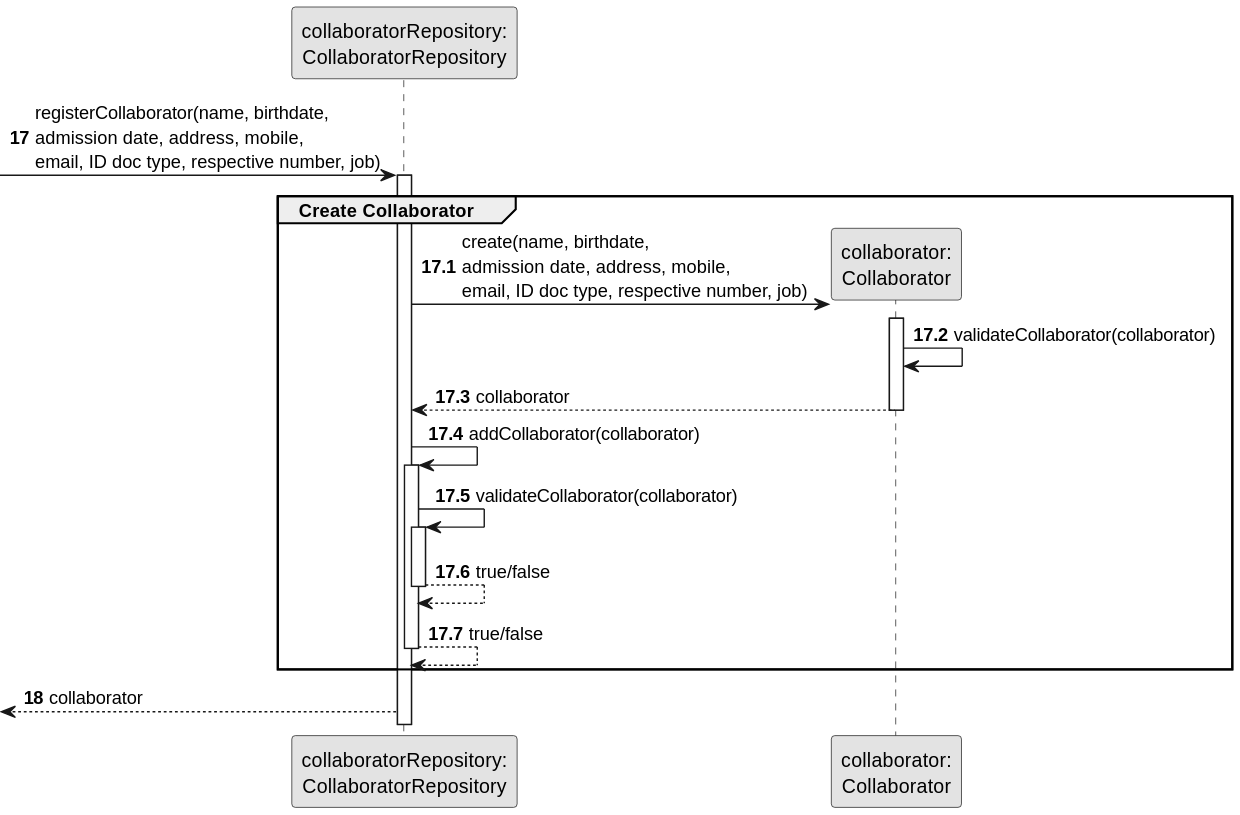
This is docs/sprint2/us03/03.design/svg/us03-sequence-diagram-partial-create-collaborator.svg from Departamento-de-Engenharia-Informatica/lei-24-s2-1db-g022, a PlantUML export, as it was before one commit. Its diagram source:
```plantuml
@startuml
skinparam monochrome true
skinparam packageStyle rectangle
skinparam shadowing false


participant "collaboratorRepository:\nCollaboratorRepository" as CollaboratorRepository
participant "collaborator:\nCollaborator" as Collaborator

autonumber 17
-> CollaboratorRepository : registerCollaborator(name, birthdate, \nadmission date, address, mobile, \nemail, ID doc type, respective number, job)


autonumber 17.1

activate CollaboratorRepository
    group Create Collaborator
CollaboratorRepository -> Collaborator**: create(name, birthdate, \nadmission date, address, mobile, \nemail, ID doc type, respective number, job)

            activate Collaborator

                Collaborator -> Collaborator: validateCollaborator(collaborator)
                Collaborator --> CollaboratorRepository : collaborator

            deactivate Collaborator

        CollaboratorRepository -> CollaboratorRepository: addCollaborator(collaborator)

        activate CollaboratorRepository
            CollaboratorRepository -> CollaboratorRepository: validateCollaborator(collaborator)
            activate CollaboratorRepository

                CollaboratorRepository --> CollaboratorRepository : true/false
            deactivate CollaboratorRepository

            CollaboratorRepository --> CollaboratorRepository : true/false

        deactivate CollaboratorRepository
    end group

    autonumber 18
<-- CollaboratorRepository : collaborator
@enduml
```
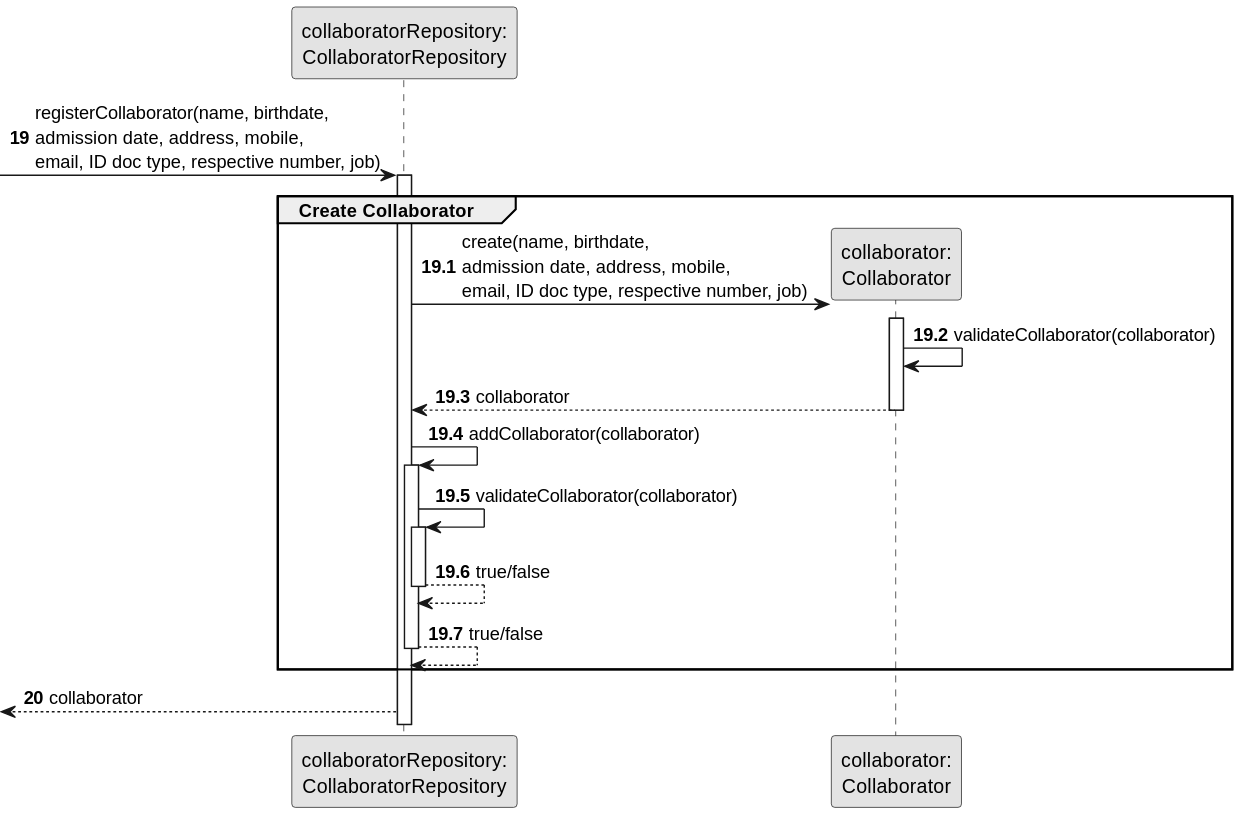
After the commit.

Diff of the diagram source:
```diff
@@ -7,11 +7,11 @@
 participant "collaboratorRepository:\nCollaboratorRepository" as CollaboratorRepository
 participant "collaborator:\nCollaborator" as Collaborator
 
-autonumber 17
+autonumber 19
 -> CollaboratorRepository : registerCollaborator(name, birthdate, \nadmission date, address, mobile, \nemail, ID doc type, respective number, job)
 
 
-autonumber 17.1
+autonumber 19.1
 
 activate CollaboratorRepository
     group Create Collaborator
@@ -38,6 +38,6 @@
         deactivate CollaboratorRepository
     end group
 
-    autonumber 18
+    autonumber 20
 <-- CollaboratorRepository : collaborator
 @enduml
```
